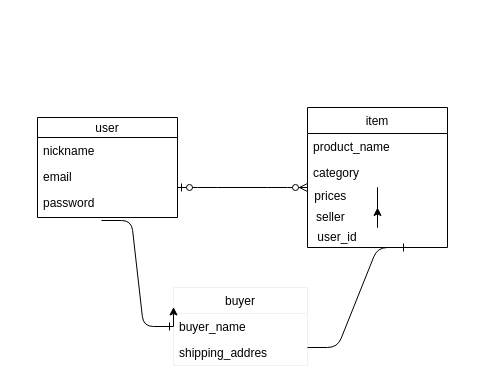
This is item.dio from satoudd/furima-36045, a draw.io file, before an edit. Source tidied: cells renumbered, new cells numbered last; positions are measured from the earlier drawing's top-left corner, leaving out a move shared by most shapes. Both pictures are drawn from the tidied source at 100%, with x=0, y=0 at pixel (37, 107).
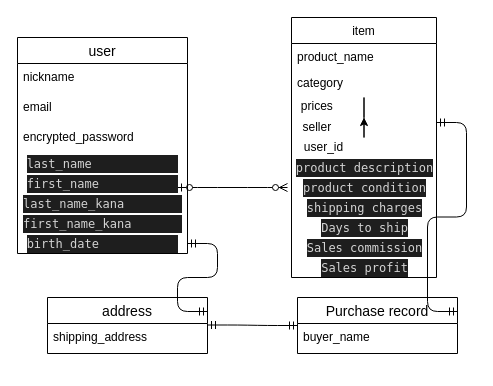
Above is the later version.

Diff of the diagram source:
```diff
@@
     <mxCell id="2" value="item" style="swimlane;fontStyle=0;horizontal=1;startSize=26;" parent="1" vertex="1">
-      <mxGeometry x="270" width="140" height="140" as="geometry" />
+      <mxGeometry x="254" y="-90" width="145" height="260" as="geometry" />
     </mxCell>
     <mxCell id="3" value="product_name" style="text;strokeColor=none;fillColor=none;align=left;verticalAlign=top;spacingLeft=4;spacingRight=4;overflow=hidden;" parent="2" vertex="1">
-      <mxGeometry y="26" width="140" height="26" as="geometry" />
+      <mxGeometry y="26" width="145" height="26" as="geometry" />
     </mxCell>
     <mxCell id="4" value="category" style="text;fillColor=none;align=left;verticalAlign=top;spacingLeft=4;spacingRight=4;overflow=hidden;" parent="2" vertex="1">
-      <mxGeometry y="52" width="140" height="26" as="geometry" />
+      <mxGeometry y="52" width="145" height="26" as="geometry" />
     </mxCell>
     <mxCell id="5" value="prices&amp;nbsp; &amp;nbsp; &amp;nbsp; &amp;nbsp; &amp;nbsp; &amp;nbsp; &amp;nbsp; &amp;nbsp; &amp;nbsp; &amp;nbsp; &amp;nbsp; &amp;nbsp; &amp;nbsp; &amp;nbsp;&amp;nbsp;&lt;br&gt;" style="text;html=1;strokeColor=none;fillColor=none;align=center;verticalAlign=middle;whiteSpace=wrap;rounded=0;" parent="2" vertex="1">
-      <mxGeometry y="78" width="140" height="22" as="geometry" />
+      <mxGeometry y="78" width="145" height="22" as="geometry" />
     </mxCell>
@@
     <mxCell id="7" value="seller&amp;nbsp; &amp;nbsp; &amp;nbsp; &amp;nbsp; &amp;nbsp; &amp;nbsp; &amp;nbsp; &amp;nbsp; &amp;nbsp; &amp;nbsp; &amp;nbsp; &amp;nbsp; &amp;nbsp; &amp;nbsp;&amp;nbsp;" style="text;html=1;strokeColor=none;fillColor=none;align=center;verticalAlign=middle;whiteSpace=wrap;rounded=0;" parent="2" vertex="1">
-      <mxGeometry y="100" width="140" height="20" as="geometry" />
+      <mxGeometry y="100" width="145" height="20" as="geometry" />
     </mxCell>
     <mxCell id="8" value="user_id&amp;nbsp; &amp;nbsp; &amp;nbsp; &amp;nbsp; &amp;nbsp; &amp;nbsp; &amp;nbsp; &amp;nbsp; &amp;nbsp; &amp;nbsp; &amp;nbsp; &amp;nbsp;&amp;nbsp;" style="text;html=1;strokeColor=none;fillColor=none;align=center;verticalAlign=middle;whiteSpace=wrap;rounded=0;" parent="2" vertex="1">
-      <mxGeometry y="120" width="140" height="20" as="geometry" />
+      <mxGeometry y="120" width="145" height="20" as="geometry" />
     </mxCell>
@@
+    <mxCell id="21" value="&lt;div style=&quot;color: rgb(212 , 212 , 212) ; background-color: rgb(30 , 30 , 30) ; font-family: &amp;#34;menlo&amp;#34; , &amp;#34;monaco&amp;#34; , &amp;#34;courier new&amp;#34; , monospace ; line-height: 18px&quot;&gt;product description&lt;/div&gt;" style="text;html=1;align=center;verticalAlign=middle;strokeColor=none;" parent="2" vertex="1">
+      <mxGeometry y="140" width="145" height="20" as="geometry" />
+    </mxCell>
+    <mxCell id="22" value="&lt;div style=&quot;color: rgb(212 , 212 , 212) ; background-color: rgb(30 , 30 , 30) ; font-family: &amp;#34;menlo&amp;#34; , &amp;#34;monaco&amp;#34; , &amp;#34;courier new&amp;#34; , monospace ; line-height: 18px&quot;&gt;product condition &lt;/div&gt;" style="text;html=1;align=center;verticalAlign=middle;strokeColor=none;" parent="2" vertex="1">
+      <mxGeometry y="160" width="145" height="20" as="geometry" />
+    </mxCell>
+    <mxCell id="23" value="&lt;div style=&quot;color: rgb(212 , 212 , 212) ; background-color: rgb(30 , 30 , 30) ; font-family: &amp;#34;menlo&amp;#34; , &amp;#34;monaco&amp;#34; , &amp;#34;courier new&amp;#34; , monospace ; line-height: 18px&quot;&gt;shipping charges&lt;/div&gt;" style="text;html=1;align=center;verticalAlign=middle;strokeColor=none;" parent="2" vertex="1">
+      <mxGeometry y="180" width="145" height="20" as="geometry" />
+    </mxCell>
+    <mxCell id="24" value="&lt;div style=&quot;color: rgb(212 , 212 , 212) ; background-color: rgb(30 , 30 , 30) ; font-family: &amp;#34;menlo&amp;#34; , &amp;#34;monaco&amp;#34; , &amp;#34;courier new&amp;#34; , monospace ; line-height: 18px&quot;&gt;Days to ship&lt;/div&gt;" style="text;html=1;align=center;verticalAlign=middle;strokeColor=none;" parent="2" vertex="1">
+      <mxGeometry y="200" width="145" height="20" as="geometry" />
+    </mxCell>
+    <mxCell id="25" value="&lt;div style=&quot;color: rgb(212 , 212 , 212) ; background-color: rgb(30 , 30 , 30) ; font-family: &amp;#34;menlo&amp;#34; , &amp;#34;monaco&amp;#34; , &amp;#34;courier new&amp;#34; , monospace ; line-height: 18px&quot;&gt;Sales commission&lt;/div&gt;" style="text;html=1;align=center;verticalAlign=middle;strokeColor=none;" parent="2" vertex="1">
+      <mxGeometry y="220" width="145" height="20" as="geometry" />
+    </mxCell>
+    <mxCell id="26" value="&lt;div style=&quot;color: rgb(212 , 212 , 212) ; background-color: rgb(30 , 30 , 30) ; font-family: &amp;#34;menlo&amp;#34; , &amp;#34;monaco&amp;#34; , &amp;#34;courier new&amp;#34; , monospace ; line-height: 18px&quot;&gt;Sales profit&lt;/div&gt;" style="text;html=1;align=center;verticalAlign=middle;strokeColor=none;" parent="2" vertex="1">
+      <mxGeometry y="240" width="145" height="20" as="geometry" />
+    </mxCell>
+    <mxCell id="18" style="edgeStyle=entityRelationEdgeStyle;fontSize=12;html=1;endArrow=ERzeroToMany;startArrow=ERzeroToOne;" parent="1" edge="1">
+      <mxGeometry relative="1" as="geometry">
+        <mxPoint x="140" y="80" as="sourcePoint" />
+        <mxPoint x="250" y="80" as="targetPoint" />
+      </mxGeometry>
+    </mxCell>
+    <mxCell id="27" value="address" style="swimlane;fontStyle=0;horizontal=1;startSize=26;align=center;fontSize=14;" parent="1" vertex="1">
+      <mxGeometry x="10" y="190" width="160" height="56" as="geometry" />
+    </mxCell>
+    <mxCell id="28" value="shipping_address" style="text;strokeColor=none;fillColor=none;spacingLeft=4;spacingRight=4;overflow=hidden;fontSize=12;" parent="27" vertex="1">
+      <mxGeometry y="26" width="160" height="30" as="geometry" />
+    </mxCell>
+    <mxCell id="29" value="Purchase record" style="swimlane;fontStyle=0;horizontal=1;startSize=26;align=center;fontSize=14;" parent="1" vertex="1">
+      <mxGeometry x="260" y="190" width="160" height="56" as="geometry" />
+    </mxCell>
+    <mxCell id="16" value="buyer_name" style="text;strokeColor=none;fillColor=none;spacingLeft=4;spacingRight=4;overflow=hidden;points=[[0,0.5],[1,0.5]];portConstraint=eastwest;fontSize=12;" parent="29" vertex="1">
+      <mxGeometry y="26" width="160" height="30" as="geometry" />
+    </mxCell>
+    <mxCell id="30" style="edgeStyle=entityRelationEdgeStyle;fontSize=12;html=1;endArrow=ERmandOne;startArrow=ERmandOne;entryX=0;entryY=0.5;entryDx=0;entryDy=0;" parent="1" edge="1" target="29">
+      <mxGeometry relative="1" as="geometry">
+        <mxPoint x="170" y="217.5" as="sourcePoint" />
+      </mxGeometry>
+    </mxCell>
+    <mxCell id="31" style="edgeStyle=entityRelationEdgeStyle;fontSize=12;html=1;endArrow=ERmandOne;startArrow=ERmandOne;entryX=1;entryY=0.25;entryDx=0;entryDy=0;exitX=1;exitY=0.25;exitDx=0;exitDy=0;" parent="1" edge="1" source="29" target="7">
+      <mxGeometry relative="1" as="geometry" />
+    </mxCell>
-    <mxCell id="10" value="user" style="swimlane;fontStyle=0;horizontal=1;startSize=20;" parent="1" vertex="1">
-      <mxGeometry y="10" width="140" height="100" as="geometry" />
+    <mxCell id="10" value="user" style="swimlane;fontStyle=0;horizontal=1;startSize=26;align=center;fontSize=14;" parent="1" vertex="1">
+      <mxGeometry x="-20" y="-70" width="170" height="216" as="geometry" />
     </mxCell>
-    <mxCell id="11" value="nickname" style="text;strokeColor=none;fillColor=none;align=left;verticalAlign=top;spacingLeft=4;spacingRight=4;overflow=hidden;" parent="10" vertex="1">
-      <mxGeometry y="20" width="140" height="26" as="geometry" />
+    <mxCell id="11" value="nickname" style="text;strokeColor=none;fillColor=none;spacingLeft=4;spacingRight=4;overflow=hidden;fontSize=12;" parent="10" vertex="1">
+      <mxGeometry y="26" width="170" height="30" as="geometry" />
     </mxCell>
-    <mxCell id="12" value="email" style="text;strokeColor=none;fillColor=none;align=left;verticalAlign=top;spacingLeft=4;spacingRight=4;overflow=hidden;" parent="10" vertex="1">
-      <mxGeometry y="46" width="140" height="26" as="geometry" />
+    <mxCell id="12" value="email" style="text;strokeColor=none;fillColor=none;spacingLeft=4;spacingRight=4;overflow=hidden;fontSize=12;" parent="10" vertex="1">
+      <mxGeometry y="56" width="170" height="30" as="geometry" />
     </mxCell>
-    <mxCell id="13" value="password" style="text;strokeColor=none;fillColor=none;align=left;verticalAlign=top;spacingLeft=4;spacingRight=4;overflow=hidden;points=[[0,0.5],[1,0.5]];portConstraint=eastwest;" parent="10" vertex="1">
-      <mxGeometry y="72" width="140" height="28" as="geometry" />
-    </mxCell>
-    <mxCell id="14" value="buyer" style="swimlane;fontStyle=0;horizontal=1;startSize=26;strokeColor=#f0f0f0;" parent="1" vertex="1">
-      <mxGeometry x="136" y="180" width="134" height="78" as="geometry" />
-    </mxCell>
-    <mxCell id="15" style="edgeStyle=orthogonalEdgeStyle;rounded=0;jettySize=auto;html=1;exitX=0;exitY=0.5;exitDx=0;exitDy=0;entryX=0;entryY=0.25;entryDx=0;entryDy=0;" parent="14" edge="1" source="16" target="14">
-      <mxGeometry relative="1" as="geometry" />
-    </mxCell>
-    <mxCell id="16" value="buyer_name" style="text;strokeColor=none;fillColor=none;align=left;verticalAlign=top;spacingLeft=4;spacingRight=4;overflow=hidden;points=[[0,0.5],[1,0.5]];portConstraint=eastwest;" parent="14" vertex="1">
-      <mxGeometry y="26" width="134" height="26" as="geometry" />
-    </mxCell>
-    <mxCell id="17" value="shipping_addres" style="text;strokeColor=none;fillColor=none;align=left;verticalAlign=top;spacingLeft=4;spacingRight=4;overflow=hidden;" parent="14" vertex="1">
-      <mxGeometry y="52" width="134" height="26" as="geometry" />
-    </mxCell>
-    <mxCell id="18" style="edgeStyle=entityRelationEdgeStyle;fontSize=12;html=1;endArrow=ERzeroToMany;startArrow=ERzeroToOne;" parent="1" edge="1">
-      <mxGeometry relative="1" as="geometry">
-        <mxPoint x="140" y="80" as="sourcePoint" />
-        <mxPoint x="270" y="80" as="targetPoint" />
-      </mxGeometry>
-    </mxCell>
-    <mxCell id="19" style="edgeStyle=entityRelationEdgeStyle;fontSize=12;html=1;endArrow=ERone;endFill=1;" parent="1" edge="1">
-      <mxGeometry relative="1" as="geometry">
-        <mxPoint x="270" y="240" as="sourcePoint" />
-        <mxPoint x="370" y="140" as="targetPoint" />
-      </mxGeometry>
-    </mxCell>
-    <mxCell id="20" style="edgeStyle=entityRelationEdgeStyle;fontSize=12;html=1;endArrow=ERone;endFill=1;exitX=0.457;exitY=1.107;exitDx=0;exitDy=0;exitPerimeter=0;entryX=0;entryY=0.5;entryDx=0;entryDy=0;" parent="1" edge="1" source="13" target="16">
-      <mxGeometry relative="1" as="geometry" />
-    </mxCell>
+    <mxCell id="32" value="encrypted_password " style="text;strokeColor=none;fillColor=none;spacingLeft=4;spacingRight=4;overflow=hidden;fontSize=12;" parent="10" vertex="1">
+      <mxGeometry y="86" width="170" height="30" as="geometry" />
+    </mxCell>
+    <mxCell id="33" value="&lt;div style=&quot;color: rgb(212 , 212 , 212) ; background-color: rgb(30 , 30 , 30) ; font-family: &amp;#34;menlo&amp;#34; , &amp;#34;monaco&amp;#34; , &amp;#34;courier new&amp;#34; , monospace ; line-height: 18px&quot;&gt;&lt;div style=&quot;font-family: &amp;#34;menlo&amp;#34; , &amp;#34;monaco&amp;#34; , &amp;#34;courier new&amp;#34; , monospace ; line-height: 18px&quot;&gt;last_name&amp;nbsp; &amp;nbsp; &amp;nbsp; &amp;nbsp; &amp;nbsp; &amp;nbsp;&amp;nbsp;&lt;/div&gt;&lt;/div&gt;" style="text;html=1;align=center;verticalAlign=middle;strokeColor=none;" parent="10" vertex="1">
+      <mxGeometry y="116" width="170" height="20" as="geometry" />
+    </mxCell>
+    <mxCell id="34" value="&lt;div style=&quot;color: rgb(212 , 212 , 212) ; background-color: rgb(30 , 30 , 30) ; font-family: &amp;#34;menlo&amp;#34; , &amp;#34;monaco&amp;#34; , &amp;#34;courier new&amp;#34; , monospace ; line-height: 18px&quot;&gt;first_name&amp;nbsp; &amp;nbsp; &amp;nbsp; &amp;nbsp; &amp;nbsp; &amp;nbsp;&lt;/div&gt;" style="text;html=1;align=center;verticalAlign=middle;strokeColor=none;" parent="10" vertex="1">
+      <mxGeometry y="136" width="170" height="20" as="geometry" />
+    </mxCell>
+    <mxCell id="35" value="&lt;div style=&quot;color: rgb(212 , 212 , 212) ; background-color: rgb(30 , 30 , 30) ; font-family: &amp;#34;menlo&amp;#34; , &amp;#34;monaco&amp;#34; , &amp;#34;courier new&amp;#34; , monospace ; line-height: 18px&quot;&gt;last_name_kana&amp;nbsp; &amp;nbsp; &amp;nbsp; &amp;nbsp;&amp;nbsp;&lt;/div&gt;" style="text;html=1;align=center;verticalAlign=middle;strokeColor=none;" parent="10" vertex="1">
+      <mxGeometry y="156" width="170" height="20" as="geometry" />
+    </mxCell>
+    <mxCell id="36" value="&lt;div style=&quot;color: rgb(212 , 212 , 212) ; background-color: rgb(30 , 30 , 30) ; font-family: &amp;#34;menlo&amp;#34; , &amp;#34;monaco&amp;#34; , &amp;#34;courier new&amp;#34; , monospace ; line-height: 18px&quot;&gt;&lt;div style=&quot;font-family: &amp;#34;menlo&amp;#34; , &amp;#34;monaco&amp;#34; , &amp;#34;courier new&amp;#34; , monospace ; line-height: 18px&quot;&gt;first_name_kana&amp;nbsp; &amp;nbsp; &amp;nbsp; &amp;nbsp;&lt;/div&gt;&lt;/div&gt;" style="text;html=1;align=center;verticalAlign=middle;strokeColor=none;" parent="10" vertex="1">
+      <mxGeometry y="176" width="170" height="20" as="geometry" />
+    </mxCell>
+    <mxCell id="37" value="&lt;div style=&quot;color: rgb(212 , 212 , 212) ; background-color: rgb(30 , 30 , 30) ; font-family: &amp;#34;menlo&amp;#34; , &amp;#34;monaco&amp;#34; , &amp;#34;courier new&amp;#34; , monospace ; line-height: 18px&quot;&gt;birth_date&amp;nbsp; &amp;nbsp; &amp;nbsp; &amp;nbsp; &amp;nbsp; &amp;nbsp;&lt;/div&gt;" style="text;html=1;align=center;verticalAlign=middle;points=[];strokeColor=none;" parent="10" vertex="1">
+      <mxGeometry y="196" width="170" height="20" as="geometry" />
+    </mxCell>
+    <mxCell id="38" style="edgeStyle=entityRelationEdgeStyle;fontSize=12;html=1;endArrow=ERmandOne;startArrow=ERmandOne;exitX=1;exitY=0.25;exitDx=0;exitDy=0;" parent="1" edge="1" source="27" target="37">
+      <mxGeometry relative="1" as="geometry" />
+    </mxCell>
```
